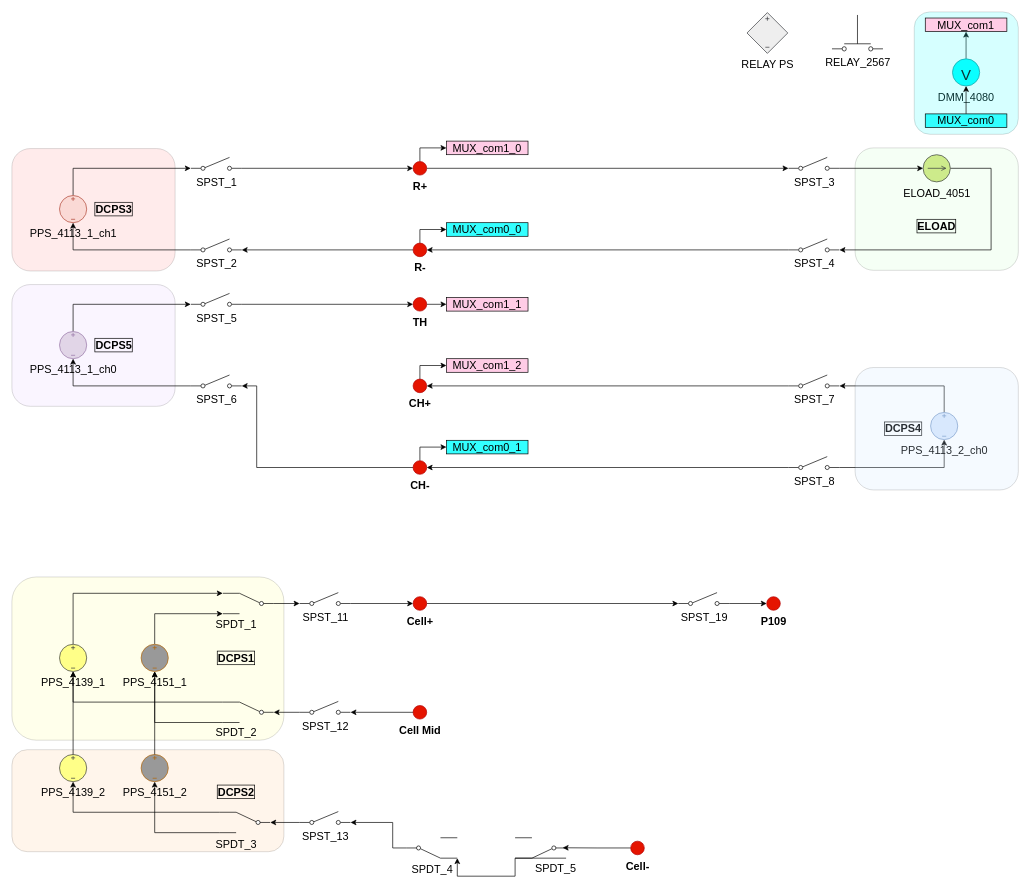
Before: BMS_device_B_6p12.drawio in ktlim-xy/draw-io, a draw.io diagram. Source tidied: cells renumbered, new cells numbered last; positions are measured from the earlier drawing's top-left corner, leaving out a move shared by most shapes. Both pictures are drawn from the tidied source at 68%, with x=0, y=0 at pixel (12, 12).
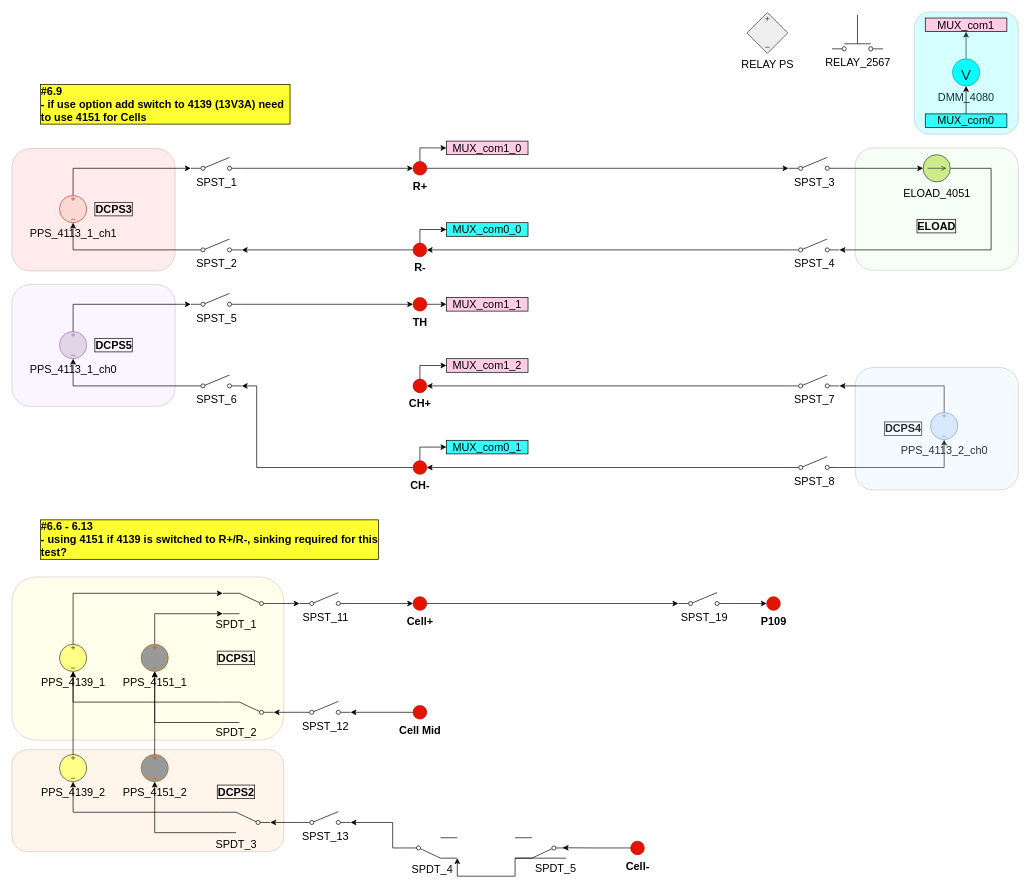
The same diagram, later.

Diff of the diagram source:
```diff
@@
+    <mxCell id="105" value="#6.6 - 6.13&amp;nbsp;&lt;div&gt;- using 4151 if 4139 is switched to R+/R-, sinking required for this test?&lt;/div&gt;" style="text;html=1;whiteSpace=wrap;strokeColor=none;fillColor=none;align=left;verticalAlign=middle;rounded=0;fontStyle=1;fontColor=#000000;fontSize=16;labelBorderColor=default;labelBackgroundColor=#FFFF33;" parent="1" vertex="1">
+      <mxGeometry x="40" y="761" width="500" height="30" as="geometry" />
+    </mxCell>
+    <mxCell id="106" value="#6.9&lt;div&gt;- if use option add switch to 4139 (13V3A) need to use 4151 for Cells&lt;/div&gt;" style="text;html=1;whiteSpace=wrap;strokeColor=none;fillColor=none;align=left;verticalAlign=middle;rounded=0;fontStyle=1;fontColor=#000000;fontSize=16;labelBorderColor=default;labelBackgroundColor=#FFFF33;" parent="1" vertex="1">
+      <mxGeometry x="40" y="121" width="370" height="30" as="geometry" />
+    </mxCell>
```
